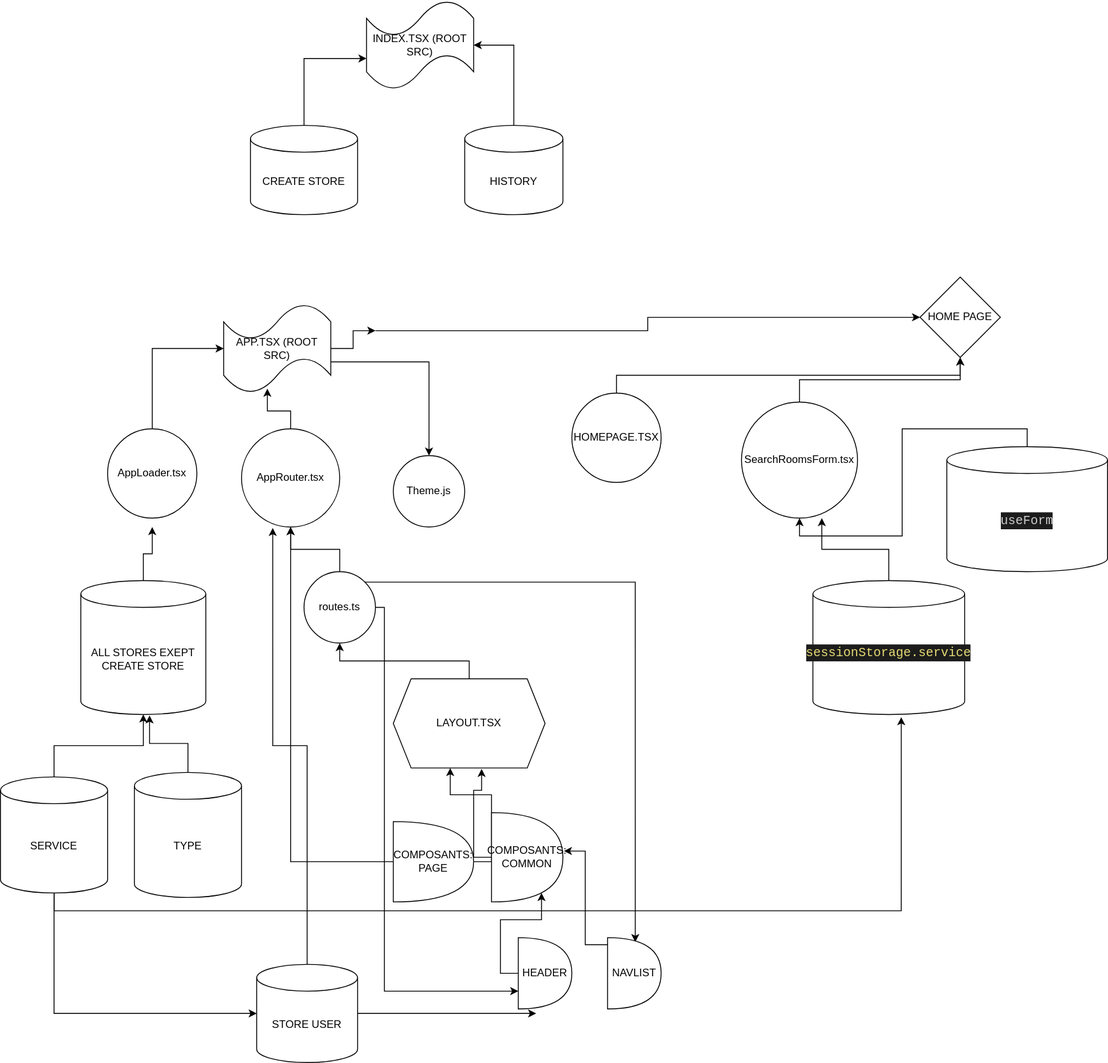
This is HOME PAGE FLOW.drawio.svg from sourisooo/BOOKING-PROJET-2, a draw.io export, as it was before one commit. Source tidied: cells renumbered, new cells last; positions are measured from the earlier drawing's top-left corner, leaving out a move shared by most shapes.
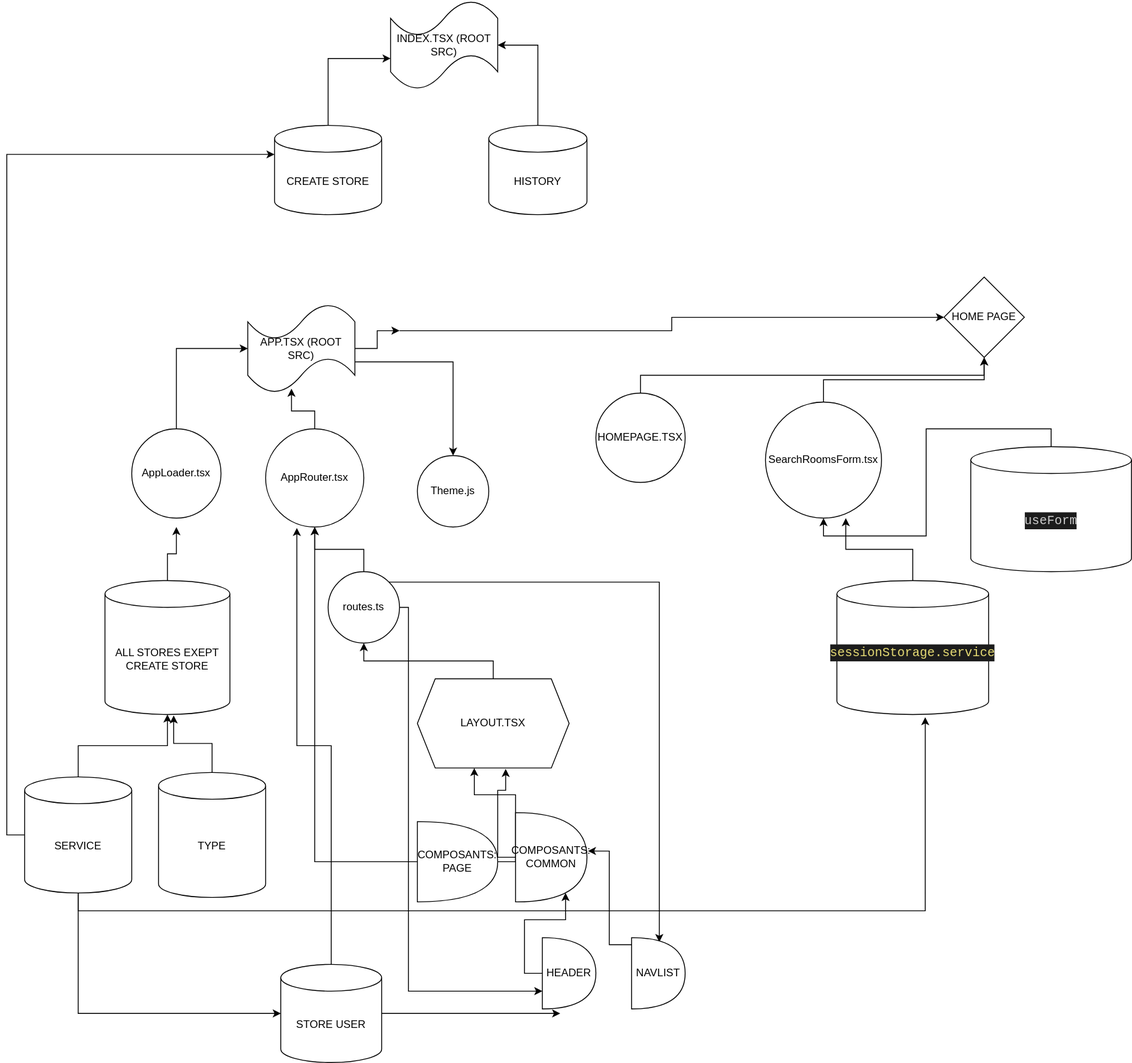
The same diagram one commit later.

Commit message:
Mettre à jour HOME PAGE FLOW.drawio.svg

Diff of the diagram source:
```diff
@@ -112,6 +112,9 @@
     <mxCell id="34" style="edgeStyle=orthogonalEdgeStyle;rounded=0;jettySize=auto;html=1;exitX=0.5;exitY=0;exitDx=0;exitDy=0;exitPerimeter=0;entryX=0.5;entryY=1;entryDx=0;entryDy=0;entryPerimeter=0;" parent="1" edge="1" source="35" target="20">
       <mxGeometry relative="1" as="geometry" />
     </mxCell>
+    <mxCell id="52" style="edgeStyle=orthogonalEdgeStyle;rounded=0;jettySize=auto;html=1;exitX=0;exitY=0.5;exitDx=0;exitDy=0;exitPerimeter=0;entryX=0;entryY=0;entryDx=0;entryDy=32.5;entryPerimeter=0;" parent="1" edge="1" source="35" target="27">
+      <mxGeometry relative="1" as="geometry" />
+    </mxCell>
     <mxCell id="35" value="SERVICE" style="shape=cylinder3;whiteSpace=wrap;html=1;boundedLbl=1;backgroundOutline=1;size=15;" parent="1" vertex="1">
       <mxGeometry y="870" width="120" height="130" as="geometry" />
     </mxCell>
```
